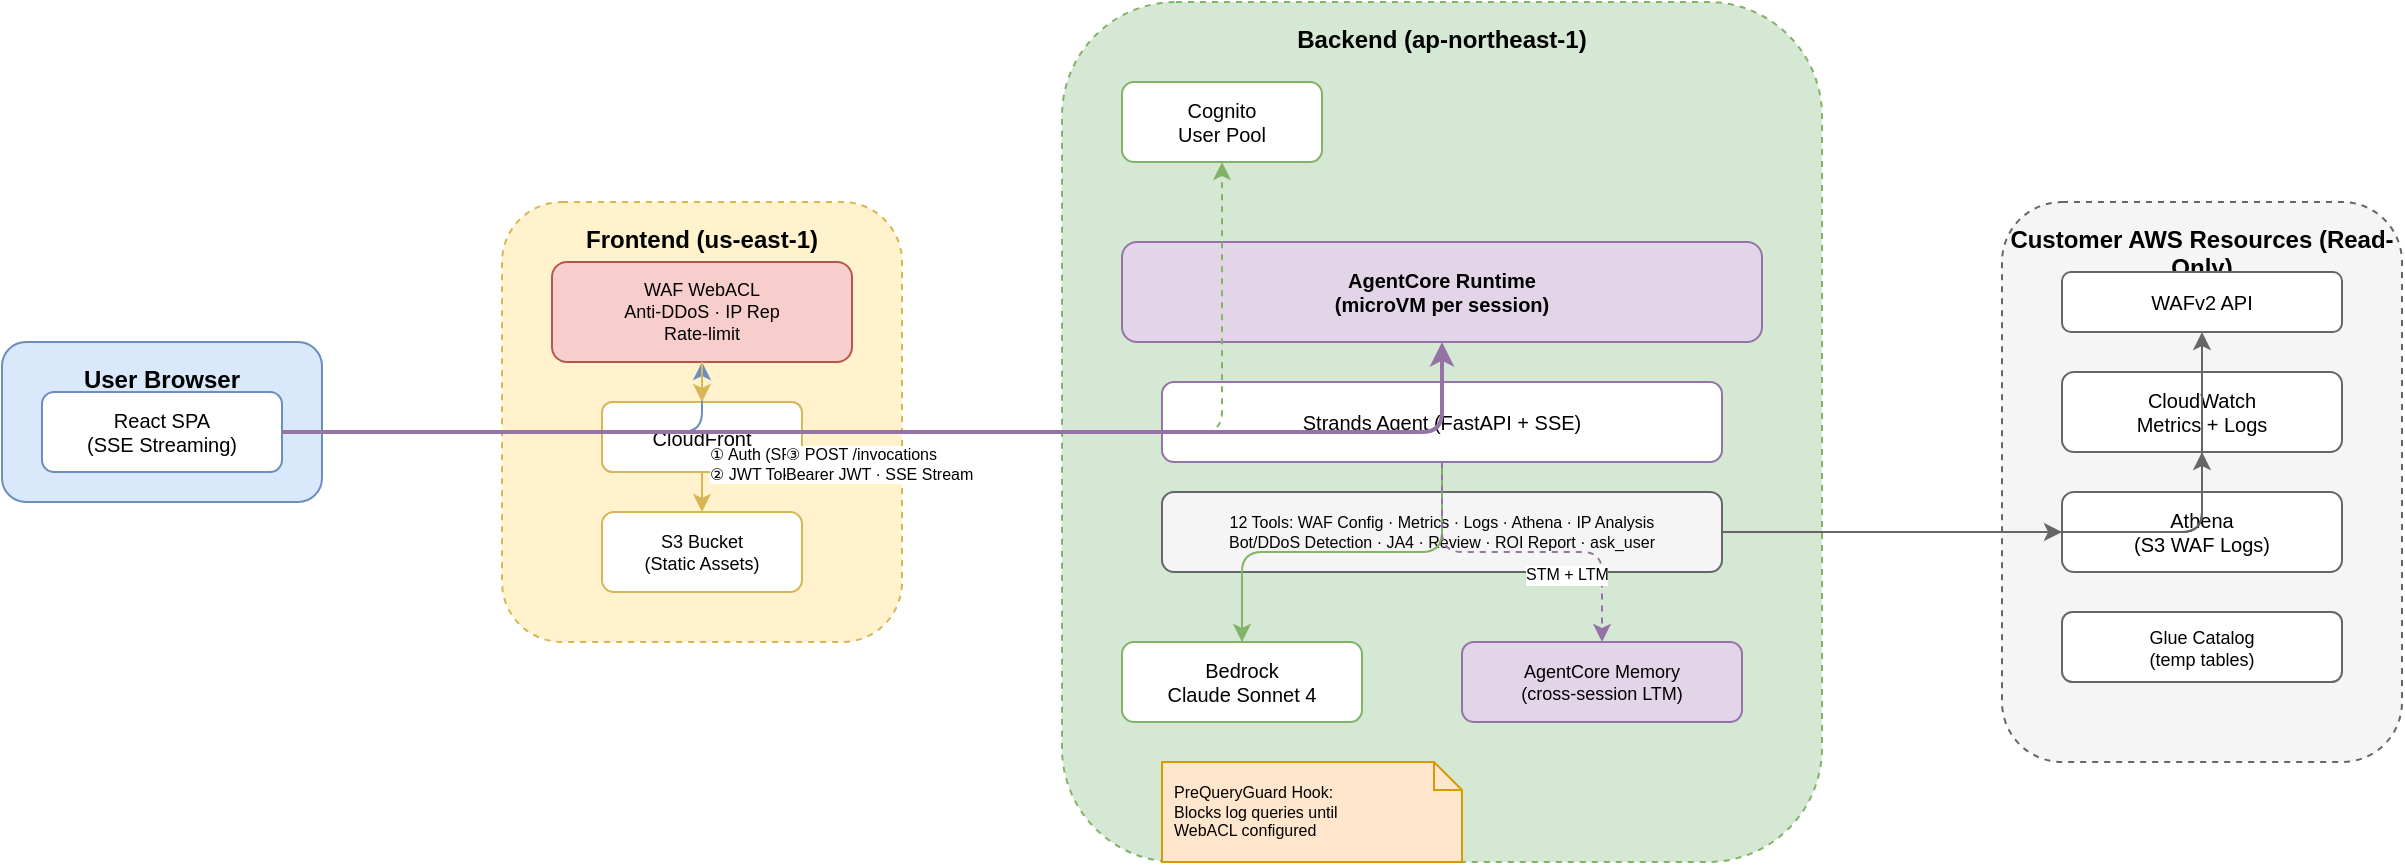
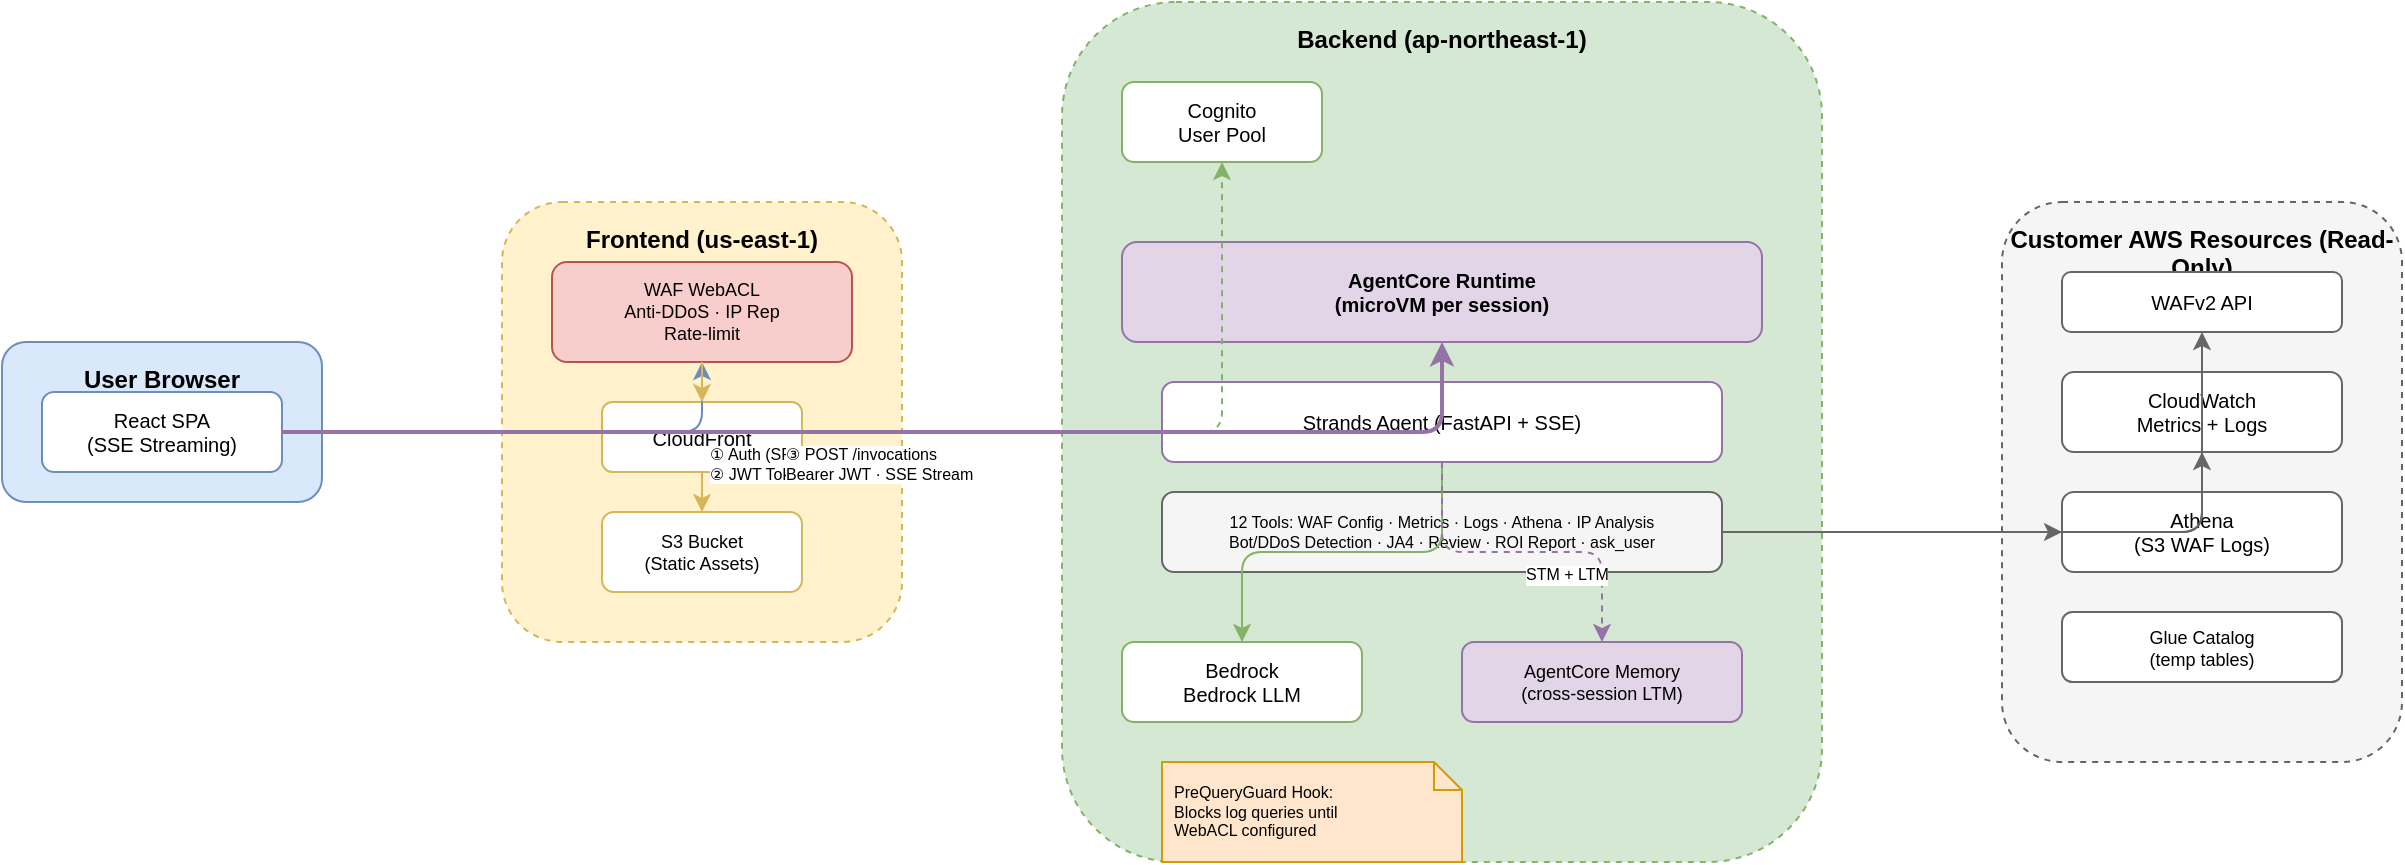
<mxfile host="app.diagrams.net" modified="2026-05-11T13:05:00.000Z" agent="WAF Agent" version="24.0.0">
  <diagram name="Architecture" id="arch-1">
    <mxGraphModel dx="1200" dy="800" grid="1" gridSize="10" guides="1" tooltips="1" connect="1" arrows="1" fold="1" page="1" pageScale="1" pageWidth="1400" pageHeight="900" math="0" shadow="0">
      <root>
        <mxCell id="0" />
        <mxCell id="1" parent="0" />

        <!-- User Browser -->
        <mxCell id="user-group" value="User Browser" style="rounded=1;whiteSpace=wrap;html=1;fillColor=#dae8fc;strokeColor=#6c8ebf;verticalAlign=top;fontStyle=1;fontSize=12;spacingTop=5;" vertex="1" parent="1">
          <mxGeometry x="50" y="350" width="160" height="80" as="geometry" />
        </mxCell>
        <mxCell id="spa" value="React SPA&#xa;(SSE Streaming)" style="rounded=1;whiteSpace=wrap;html=1;fillColor=#fff;strokeColor=#6c8ebf;fontSize=10;" vertex="1" parent="1">
          <mxGeometry x="70" y="375" width="120" height="40" as="geometry" />
        </mxCell>

        <!-- Frontend (us-east-1) -->
        <mxCell id="fe-group" value="Frontend (us-east-1)" style="rounded=1;whiteSpace=wrap;html=1;fillColor=#fff2cc;strokeColor=#d6b656;verticalAlign=top;fontStyle=1;fontSize=12;spacingTop=5;dashed=1;" vertex="1" parent="1">
          <mxGeometry x="300" y="280" width="200" height="220" as="geometry" />
        </mxCell>
        <mxCell id="waf-fe" value="WAF WebACL&#xa;Anti-DDoS · IP Rep&#xa;Rate-limit" style="rounded=1;whiteSpace=wrap;html=1;fillColor=#f8cecc;strokeColor=#b85450;fontSize=9;" vertex="1" parent="1">
          <mxGeometry x="325" y="310" width="150" height="50" as="geometry" />
        </mxCell>
        <mxCell id="cf" value="CloudFront" style="rounded=1;whiteSpace=wrap;html=1;fillColor=#fff;strokeColor=#d6b656;fontSize=10;" vertex="1" parent="1">
          <mxGeometry x="350" y="380" width="100" height="35" as="geometry" />
        </mxCell>
        <mxCell id="s3" value="S3 Bucket&#xa;(Static Assets)" style="rounded=1;whiteSpace=wrap;html=1;fillColor=#fff;strokeColor=#d6b656;fontSize=9;" vertex="1" parent="1">
          <mxGeometry x="350" y="435" width="100" height="40" as="geometry" />
        </mxCell>

        <!-- Backend -->
        <mxCell id="be-group" value="Backend (ap-northeast-1)" style="rounded=1;whiteSpace=wrap;html=1;fillColor=#d5e8d4;strokeColor=#82b366;verticalAlign=top;fontStyle=1;fontSize=12;spacingTop=5;dashed=1;" vertex="1" parent="1">
          <mxGeometry x="580" y="180" width="380" height="430" as="geometry" />
        </mxCell>
        <mxCell id="cognito" value="Cognito&#xa;User Pool" style="rounded=1;whiteSpace=wrap;html=1;fillColor=#fff;strokeColor=#82b366;fontSize=10;" vertex="1" parent="1">
          <mxGeometry x="610" y="220" width="100" height="40" as="geometry" />
        </mxCell>
        <mxCell id="ac" value="AgentCore Runtime&#xa;(microVM per session)" style="rounded=1;whiteSpace=wrap;html=1;fillColor=#e1d5e7;strokeColor=#9673a6;fontSize=10;fontStyle=1;" vertex="1" parent="1">
          <mxGeometry x="610" y="300" width="320" height="50" as="geometry" />
        </mxCell>
        <mxCell id="agent" value="Strands Agent (FastAPI + SSE)" style="rounded=1;whiteSpace=wrap;html=1;fillColor=#fff;strokeColor=#9673a6;fontSize=10;" vertex="1" parent="1">
          <mxGeometry x="630" y="370" width="280" height="40" as="geometry" />
        </mxCell>
        <mxCell id="tools" value="12 Tools: WAF Config · Metrics · Logs · Athena · IP Analysis&#xa;Bot/DDoS Detection · JA4 · Review · ROI Report · ask_user" style="rounded=1;whiteSpace=wrap;html=1;fillColor=#f5f5f5;strokeColor=#666;fontSize=8;" vertex="1" parent="1">
          <mxGeometry x="630" y="425" width="280" height="40" as="geometry" />
        </mxCell>
-         <mxCell id="bedrock" value="Bedrock&#xa;Claude Sonnet 4" style="rounded=1;whiteSpace=wrap;html=1;fillColor=#fff;strokeColor=#82b366;fontSize=10;" vertex="1" parent="1">
+         <mxCell id="bedrock" value="Bedrock&#xa;Bedrock LLM" style="rounded=1;whiteSpace=wrap;html=1;fillColor=#fff;strokeColor=#82b366;fontSize=10;" vertex="1" parent="1">
          <mxGeometry x="610" y="500" width="120" height="40" as="geometry" />
        </mxCell>
        <mxCell id="memory" value="AgentCore Memory&#xa;(cross-session LTM)" style="rounded=1;whiteSpace=wrap;html=1;fillColor=#e1d5e7;strokeColor=#9673a6;fontSize=9;" vertex="1" parent="1">
          <mxGeometry x="780" y="500" width="140" height="40" as="geometry" />
        </mxCell>

        <!-- Customer AWS Resources -->
        <mxCell id="aws-group" value="Customer AWS Resources (Read-Only)" style="rounded=1;whiteSpace=wrap;html=1;fillColor=#f5f5f5;strokeColor=#666;verticalAlign=top;fontStyle=1;fontSize=12;spacingTop=5;dashed=1;" vertex="1" parent="1">
          <mxGeometry x="1050" y="280" width="200" height="280" as="geometry" />
        </mxCell>
        <mxCell id="wafv2" value="WAFv2 API" style="rounded=1;whiteSpace=wrap;html=1;fillColor=#fff;strokeColor=#666;fontSize=10;" vertex="1" parent="1">
          <mxGeometry x="1080" y="315" width="140" height="30" as="geometry" />
        </mxCell>
        <mxCell id="cw" value="CloudWatch&#xa;Metrics + Logs" style="rounded=1;whiteSpace=wrap;html=1;fillColor=#fff;strokeColor=#666;fontSize=10;" vertex="1" parent="1">
          <mxGeometry x="1080" y="365" width="140" height="40" as="geometry" />
        </mxCell>
        <mxCell id="athena" value="Athena&#xa;(S3 WAF Logs)" style="rounded=1;whiteSpace=wrap;html=1;fillColor=#fff;strokeColor=#666;fontSize=10;" vertex="1" parent="1">
          <mxGeometry x="1080" y="425" width="140" height="40" as="geometry" />
        </mxCell>
        <mxCell id="glue" value="Glue Catalog&#xa;(temp tables)" style="rounded=1;whiteSpace=wrap;html=1;fillColor=#fff;strokeColor=#666;fontSize=9;" vertex="1" parent="1">
          <mxGeometry x="1080" y="485" width="140" height="35" as="geometry" />
        </mxCell>

        <!-- Arrows -->
        <mxCell id="e1" style="edgeStyle=orthogonalEdgeStyle;rounded=1;strokeColor=#6c8ebf;" edge="1" source="spa" target="waf-fe" parent="1">
          <mxGeometry relative="1" as="geometry" />
        </mxCell>
        <mxCell id="e2" style="edgeStyle=orthogonalEdgeStyle;rounded=1;strokeColor=#d6b656;" edge="1" source="waf-fe" target="cf" parent="1">
          <mxGeometry relative="1" as="geometry" />
        </mxCell>
        <mxCell id="e3" style="edgeStyle=orthogonalEdgeStyle;rounded=1;strokeColor=#d6b656;" edge="1" source="cf" target="s3" parent="1">
          <mxGeometry relative="1" as="geometry" />
        </mxCell>
        <mxCell id="e4" style="edgeStyle=orthogonalEdgeStyle;rounded=1;strokeColor=#82b366;dashed=1;" edge="1" source="spa" target="cognito" parent="1">
          <mxGeometry relative="1" as="geometry" />
        </mxCell>
        <mxCell id="e4-label" value="① Auth (SRP)&#xa;② JWT Token" style="edgeLabel;html=1;fontSize=8;fillColor=none;" vertex="1" connectable="0" parent="e4">
          <mxGeometry x="-0.3" relative="1" as="geometry"><mxPoint as="offset" /></mxGeometry>
        </mxCell>
        <mxCell id="e5" style="edgeStyle=orthogonalEdgeStyle;rounded=1;strokeColor=#9673a6;strokeWidth=2;" edge="1" source="spa" target="ac" parent="1">
          <mxGeometry relative="1" as="geometry" />
        </mxCell>
        <mxCell id="e5-label" value="③ POST /invocations&#xa;Bearer JWT · SSE Stream" style="edgeLabel;html=1;fontSize=8;fillColor=none;" vertex="1" connectable="0" parent="e5">
          <mxGeometry x="-0.2" relative="1" as="geometry"><mxPoint as="offset" /></mxGeometry>
        </mxCell>
        <mxCell id="e6" style="edgeStyle=orthogonalEdgeStyle;rounded=1;strokeColor=#82b366;" edge="1" source="agent" target="bedrock" parent="1">
          <mxGeometry relative="1" as="geometry" />
        </mxCell>
        <mxCell id="e6b" style="edgeStyle=orthogonalEdgeStyle;rounded=1;strokeColor=#9673a6;dashed=1;" edge="1" source="agent" target="memory" parent="1">
          <mxGeometry relative="1" as="geometry" />
        </mxCell>
        <mxCell id="e6b-label" value="STM + LTM" style="edgeLabel;html=1;fontSize=8;fillColor=none;" vertex="1" connectable="0" parent="e6b">
          <mxGeometry relative="1" as="geometry"><mxPoint as="offset" /></mxGeometry>
        </mxCell>
        <mxCell id="e7" style="edgeStyle=orthogonalEdgeStyle;rounded=1;strokeColor=#666;" edge="1" source="tools" target="wafv2" parent="1">
          <mxGeometry relative="1" as="geometry" />
        </mxCell>
        <mxCell id="e8" style="edgeStyle=orthogonalEdgeStyle;rounded=1;strokeColor=#666;" edge="1" source="tools" target="cw" parent="1">
          <mxGeometry relative="1" as="geometry" />
        </mxCell>
        <mxCell id="e9" style="edgeStyle=orthogonalEdgeStyle;rounded=1;strokeColor=#666;" edge="1" source="tools" target="athena" parent="1">
          <mxGeometry relative="1" as="geometry" />
        </mxCell>

        <!-- Hook note -->
        <mxCell id="hook-note" value="PreQueryGuard Hook:&#xa;Blocks log queries until&#xa;WebACL configured" style="shape=note;whiteSpace=wrap;html=1;size=14;fillColor=#ffe6cc;strokeColor=#d79b00;fontSize=8;align=left;spacingLeft=4;" vertex="1" parent="1">
          <mxGeometry x="630" y="560" width="150" height="50" as="geometry" />
        </mxCell>

      </root>
    </mxGraphModel>
  </diagram>
</mxfile>
